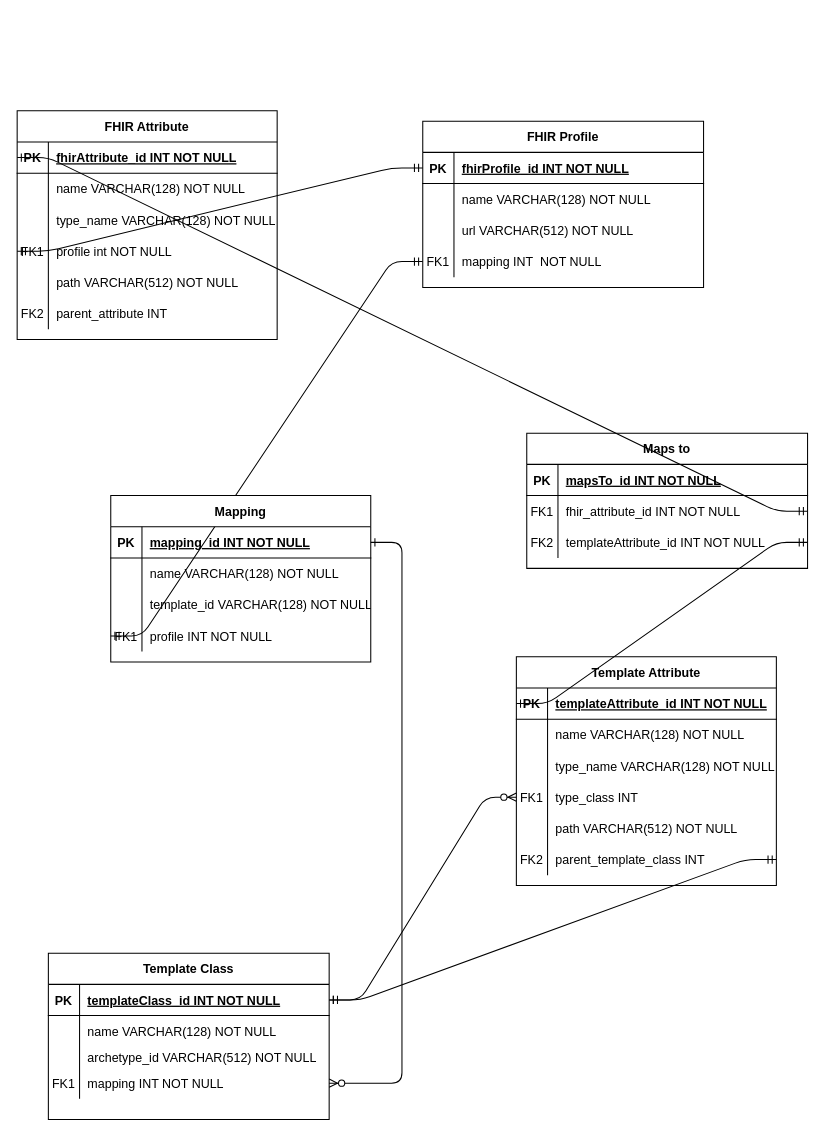
Above: ERMasterarbeit.drawio in jsachau/drawio (draw.io), before the change. Source tidied: cells renumbered, new cells numbered last; positions are measured from the earlier drawing's top-left corner, leaving out a move shared by most shapes. Both pictures are drawn from the tidied source at 104%, with x=0, y=0 at pixel (17, 110).
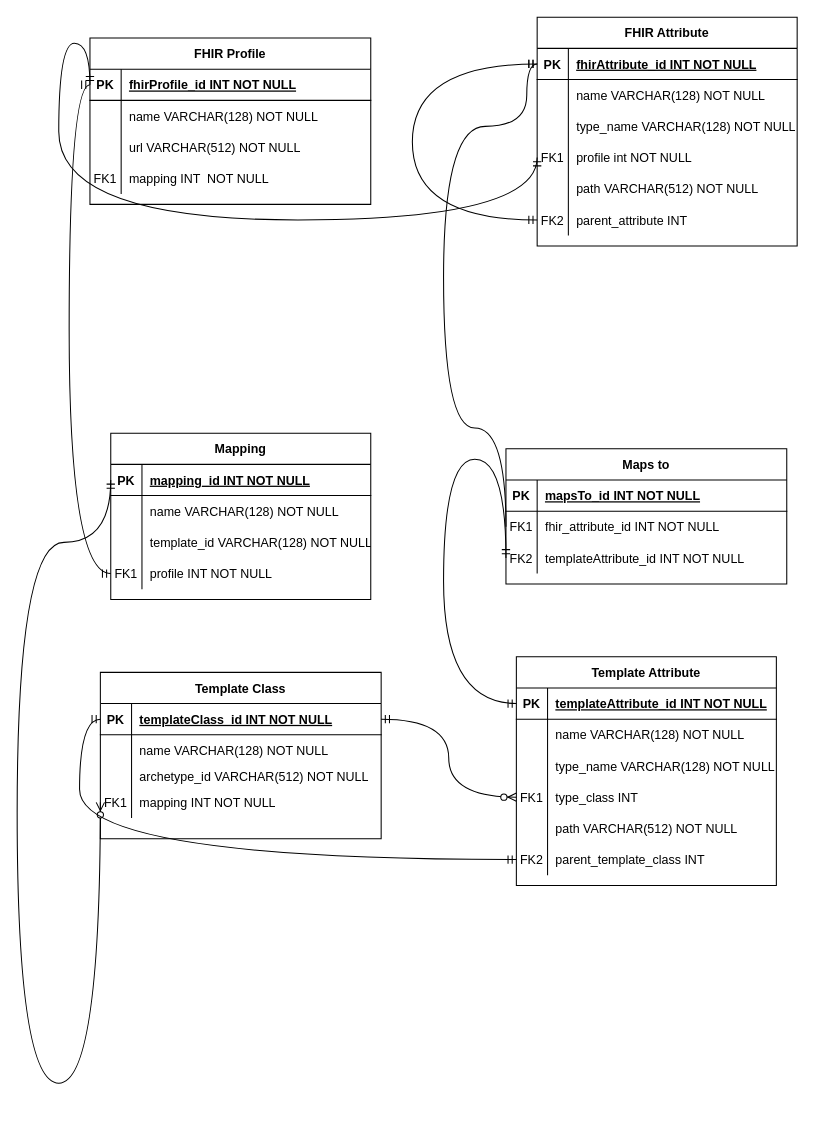
Above is the later version.

The change refers to these unchanged cells:
```xml
<mxCell id="6" style="shape=partialRectangle;fillColor=none;points=[[0,0.5],[1,0.5]];portConstraint=eastwest;top=0;left=0;right=0;bottom=1;" parent="5" vertex="1">
  <mxGeometry y="30" width="270" height="30" as="geometry" />
</mxCell>
<mxCell id="15" style="shape=partialRectangle;fillColor=none;points=[[0,0.5],[1,0.5]];portConstraint=eastwest;top=0;left=0;right=0;bottom=0;" parent="5" vertex="1">
  <mxGeometry y="110" width="270" height="30" as="geometry" />
</mxCell>
<mxCell id="19" style="shape=partialRectangle;fillColor=none;points=[[0,0.5],[1,0.5]];portConstraint=eastwest;top=0;left=0;right=0;bottom=1;" parent="18" vertex="1">
  <mxGeometry y="30" width="250" height="30" as="geometry" />
</mxCell>
<mxCell id="28" style="shape=partialRectangle;fillColor=none;points=[[0,0.5],[1,0.5]];portConstraint=eastwest;top=0;left=0;right=0;bottom=0;" parent="18" vertex="1">
  <mxGeometry y="120" width="250" height="30" as="geometry" />
</mxCell>
<mxCell id="34" style="shape=partialRectangle;fillColor=none;points=[[0,0.5],[1,0.5]];portConstraint=eastwest;top=0;left=0;right=0;bottom=0;" parent="18" vertex="1">
  <mxGeometry y="180" width="250" height="30" as="geometry" />
</mxCell>
<mxCell id="38" style="shape=partialRectangle;fillColor=none;points=[[0,0.5],[1,0.5]];portConstraint=eastwest;top=0;left=0;right=0;bottom=1;" parent="37" vertex="1">
  <mxGeometry y="30" width="250" height="30" as="geometry" />
</mxCell>
<mxCell id="47" style="shape=partialRectangle;fillColor=none;points=[[0,0.5],[1,0.5]];portConstraint=eastwest;top=0;left=0;right=0;bottom=0;" parent="37" vertex="1">
  <mxGeometry y="120" width="250" height="30" as="geometry" />
</mxCell>
<mxCell id="51" style="shape=partialRectangle;fillColor=none;points=[[0,0.5],[1,0.5]];portConstraint=eastwest;top=0;left=0;right=0;bottom=1;" parent="50" vertex="1">
  <mxGeometry y="30" width="270" height="30" as="geometry" />
</mxCell>
<mxCell id="60" style="shape=partialRectangle;fillColor=none;points=[[0,0.5],[1,0.5]];portConstraint=eastwest;top=0;left=0;right=0;bottom=0;" parent="50" vertex="1">
  <mxGeometry y="120" width="270" height="30" as="geometry" />
</mxCell>
<mxCell id="64" style="shape=partialRectangle;fillColor=none;points=[[0,0.5],[1,0.5]];portConstraint=eastwest;top=0;left=0;right=0;bottom=1;" parent="63" vertex="1">
  <mxGeometry y="30" width="250" height="30" as="geometry" />
</mxCell>
<mxCell id="73" style="shape=partialRectangle;fillColor=none;points=[[0,0.5],[1,0.5]];portConstraint=eastwest;top=0;left=0;right=0;bottom=0;" parent="63" vertex="1">
  <mxGeometry y="120" width="250" height="30" as="geometry" />
</mxCell>
<mxCell id="79" style="shape=partialRectangle;fillColor=none;points=[[0,0.5],[1,0.5]];portConstraint=eastwest;top=0;left=0;right=0;bottom=0;" parent="63" vertex="1">
  <mxGeometry y="180" width="250" height="30" as="geometry" />
</mxCell>
<mxCell id="86" style="shape=partialRectangle;fillColor=none;points=[[0,0.5],[1,0.5]];portConstraint=eastwest;top=0;left=0;right=0;bottom=0;" parent="82" vertex="1">
  <mxGeometry y="60" width="270" height="30" as="geometry" />
</mxCell>
<mxCell id="89" style="shape=partialRectangle;fillColor=none;points=[[0,0.5],[1,0.5]];portConstraint=eastwest;top=0;left=0;right=0;bottom=0;" parent="82" vertex="1">
  <mxGeometry y="90" width="270" height="30" as="geometry" />
</mxCell>
```

Diff of the diagram source:
```diff
@@
-    <mxCell id="2" style="edgeStyle=entityRelationEdgeStyle;fontSize=12;html=1;endArrow=ERmandOne;startArrow=ERmandOne;entryX=0;entryY=0.5;entryDx=0;entryDy=0;jumpSize=7;exitX=0;exitY=0.5;exitDx=0;exitDy=0;" parent="1" edge="1" source="47" target="60">
-      <mxGeometry relative="1" as="geometry" />
-    </mxCell>
-    <mxCell id="3" style="edgeStyle=entityRelationEdgeStyle;endArrow=ERzeroToMany;startArrow=ERone;endFill=1;startFill=0;" parent="1" edge="1" source="38" target="15">
-      <mxGeometry relative="1" as="geometry" />
-    </mxCell>
-    <mxCell id="4" style="edgeStyle=entityRelationEdgeStyle;endArrow=ERzeroToMany;startArrow=ERone;endFill=1;startFill=0;" parent="1" edge="1" source="6" target="28">
-      <mxGeometry relative="1" as="geometry" />
-    </mxCell>
     <mxCell id="5" value="Template Class" style="shape=table;startSize=30;childLayout=tableLayout;rowLines=0;fontStyle=1;align=center;" parent="1" vertex="1">
-      <mxGeometry x="30" y="810" width="270" height="160" as="geometry" />
+      <mxGeometry x="80" y="540" width="270" height="160" as="geometry" />
     </mxCell>
@@
     <mxCell id="37" value="Mapping" style="shape=table;startSize=30;childLayout=tableLayout;rowLines=0;fontStyle=1;align=center;" parent="1" vertex="1">
-      <mxGeometry x="90" y="370" width="250" height="160" as="geometry" />
+      <mxGeometry x="90" y="310" width="250" height="160" as="geometry" />
     </mxCell>
@@
     <mxCell id="50" value="FHIR Profile" style="shape=table;startSize=30;childLayout=tableLayout;rowLines=0;fontStyle=1;align=center;" parent="1" vertex="1">
-      <mxGeometry x="390" y="10" width="270" height="160" as="geometry" />
+      <mxGeometry x="70" y="-70" width="270" height="160" as="geometry" />
     </mxCell>
@@
     <mxCell id="63" value="FHIR Attribute" style="shape=table;startSize=30;childLayout=tableLayout;rowLines=0;fontStyle=1;align=center;" parent="1" vertex="1">
-      <mxGeometry width="250" height="220" as="geometry" />
+      <mxGeometry x="500" y="-90" width="250" height="220" as="geometry" />
     </mxCell>
@@
+    <mxCell id="96" style="edgeStyle=orthogonalEdgeStyle;curved=1;rounded=0;jumpStyle=none;jettySize=auto;html=1;exitX=0;exitY=0.5;exitDx=0;exitDy=0;entryX=0;entryY=0.5;entryDx=0;entryDy=0;startArrow=ERmandOne;startFill=0;endArrow=ERmandOne;endFill=0;strokeColor=#000000;" parent="63" edge="1" source="79" target="64">
+      <mxGeometry relative="1" as="geometry">
+        <Array as="points">
+          <mxPoint x="-120" y="195" />
+          <mxPoint x="-120" y="45" />
+        </Array>
+      </mxGeometry>
+    </mxCell>
@@
     <mxCell id="82" value="Maps to" style="shape=table;startSize=30;childLayout=tableLayout;rowLines=0;fontStyle=1;align=center;" parent="1" vertex="1">
-      <mxGeometry x="490" y="310" width="270" height="130" as="geometry" />
+      <mxGeometry x="470" y="325" width="270" height="130" as="geometry" />
     </mxCell>
@@
-    <mxCell id="92" style="edgeStyle=entityRelationEdgeStyle;fontSize=12;html=1;endArrow=ERmandOne;startArrow=ERmandOne;entryX=0;entryY=0.5;entryDx=0;entryDy=0;exitX=1;exitY=0.5;exitDx=0;exitDy=0;" parent="1" edge="1" source="89" target="19">
-      <mxGeometry relative="1" as="geometry" />
-    </mxCell>
-    <mxCell id="93" style="edgeStyle=entityRelationEdgeStyle;fontSize=12;html=1;endArrow=ERmandOne;startArrow=ERmandOne;entryX=1;entryY=0.5;entryDx=0;entryDy=0;exitX=0;exitY=0.5;exitDx=0;exitDy=0;" parent="1" edge="1" source="64" target="86">
-      <mxGeometry relative="1" as="geometry" />
-    </mxCell>
-    <mxCell id="94" style="edgeStyle=entityRelationEdgeStyle;fontSize=12;html=1;endArrow=ERmandOne;startArrow=ERmandOne;strokeColor=#000000;entryX=0;entryY=0.5;entryDx=0;entryDy=0;exitX=0;exitY=0.5;exitDx=0;exitDy=0;" parent="1" edge="1" source="51" target="73">
-      <mxGeometry relative="1" as="geometry" />
-    </mxCell>
-    <mxCell id="95" style="edgeStyle=entityRelationEdgeStyle;fontSize=12;endArrow=ERmandOne;startArrow=ERmandOne;strokeColor=#000000;exitX=1;exitY=0.5;exitDx=0;exitDy=0;entryX=1;entryY=0.5;entryDx=0;entryDy=0;jumpStyle=none;" parent="1" edge="1" source="6" target="34">
-      <mxGeometry relative="1" as="geometry" />
-    </mxCell>
+    <mxCell id="97" style="edgeStyle=orthogonalEdgeStyle;curved=1;rounded=0;jumpStyle=none;jettySize=auto;html=1;exitX=0;exitY=0.5;exitDx=0;exitDy=0;entryX=0;entryY=0.5;entryDx=0;entryDy=0;startArrow=ERmandOne;startFill=0;endArrow=ERmandOne;endFill=0;strokeColor=#000000;" parent="1" edge="1" source="73" target="51">
+      <mxGeometry relative="1" as="geometry">
+        <Array as="points">
+          <mxPoint x="40" y="105" />
+          <mxPoint x="40" y="-65" />
+        </Array>
+      </mxGeometry>
+    </mxCell>
+    <mxCell id="98" style="edgeStyle=orthogonalEdgeStyle;curved=1;rounded=0;jumpStyle=none;jettySize=auto;html=1;exitX=0;exitY=0.5;exitDx=0;exitDy=0;entryX=0;entryY=0.5;entryDx=0;entryDy=0;startArrow=none;startFill=0;endArrow=ERmandOne;endFill=0;strokeColor=#000000;" parent="1" edge="1" source="86" target="64">
+      <mxGeometry relative="1" as="geometry">
+        <Array as="points">
+          <mxPoint x="470" y="305" />
+          <mxPoint x="410" y="305" />
+          <mxPoint x="410" y="15" />
+          <mxPoint x="490" y="15" />
+        </Array>
+      </mxGeometry>
+    </mxCell>
+    <mxCell id="99" style="edgeStyle=orthogonalEdgeStyle;curved=1;rounded=0;jumpStyle=none;jettySize=auto;html=1;exitX=0;exitY=0.5;exitDx=0;exitDy=0;entryX=0;entryY=0.5;entryDx=0;entryDy=0;startArrow=ERmandOne;startFill=0;endArrow=ERmandOne;endFill=0;strokeColor=#000000;" parent="1" edge="1" source="47" target="51">
+      <mxGeometry relative="1" as="geometry" />
+    </mxCell>
+    <mxCell id="100" style="edgeStyle=orthogonalEdgeStyle;curved=1;rounded=0;jumpStyle=none;jettySize=auto;html=1;exitX=0;exitY=0.5;exitDx=0;exitDy=0;entryX=0;entryY=0.5;entryDx=0;entryDy=0;startArrow=ERmandOne;startFill=0;endArrow=ERmandOne;endFill=0;strokeColor=#000000;" parent="1" edge="1" source="19" target="89">
+      <mxGeometry relative="1" as="geometry">
+        <Array as="points">
+          <mxPoint x="410" y="570" />
+          <mxPoint x="410" y="335" />
+        </Array>
+      </mxGeometry>
+    </mxCell>
+    <mxCell id="101" style="edgeStyle=orthogonalEdgeStyle;curved=1;rounded=0;jumpStyle=none;jettySize=auto;html=1;exitX=0;exitY=0.5;exitDx=0;exitDy=0;entryX=1;entryY=0.5;entryDx=0;entryDy=0;startArrow=ERzeroToMany;startFill=1;endArrow=ERmandOne;endFill=0;strokeColor=#000000;" parent="1" edge="1" source="28" target="6">
+      <mxGeometry relative="1" as="geometry" />
+    </mxCell>
+    <mxCell id="102" style="edgeStyle=orthogonalEdgeStyle;curved=1;rounded=0;jumpStyle=none;jettySize=auto;html=1;exitX=0;exitY=0.5;exitDx=0;exitDy=0;entryX=0;entryY=0.5;entryDx=0;entryDy=0;startArrow=ERzeroToMany;startFill=1;endArrow=ERmandOne;endFill=0;strokeColor=#000000;" parent="1" edge="1" source="15" target="38">
+      <mxGeometry relative="1" as="geometry">
+        <Array as="points">
+          <mxPoint y="935" />
+          <mxPoint y="415" />
+        </Array>
+      </mxGeometry>
+    </mxCell>
+    <mxCell id="103" style="edgeStyle=orthogonalEdgeStyle;curved=1;rounded=0;jumpStyle=none;jettySize=auto;html=1;exitX=0;exitY=0.5;exitDx=0;exitDy=0;entryX=0;entryY=0.5;entryDx=0;entryDy=0;startArrow=ERmandOne;startFill=0;endArrow=ERmandOne;endFill=0;strokeColor=#000000;" parent="1" edge="1" source="34" target="6">
+      <mxGeometry relative="1" as="geometry" />
+    </mxCell>
```
